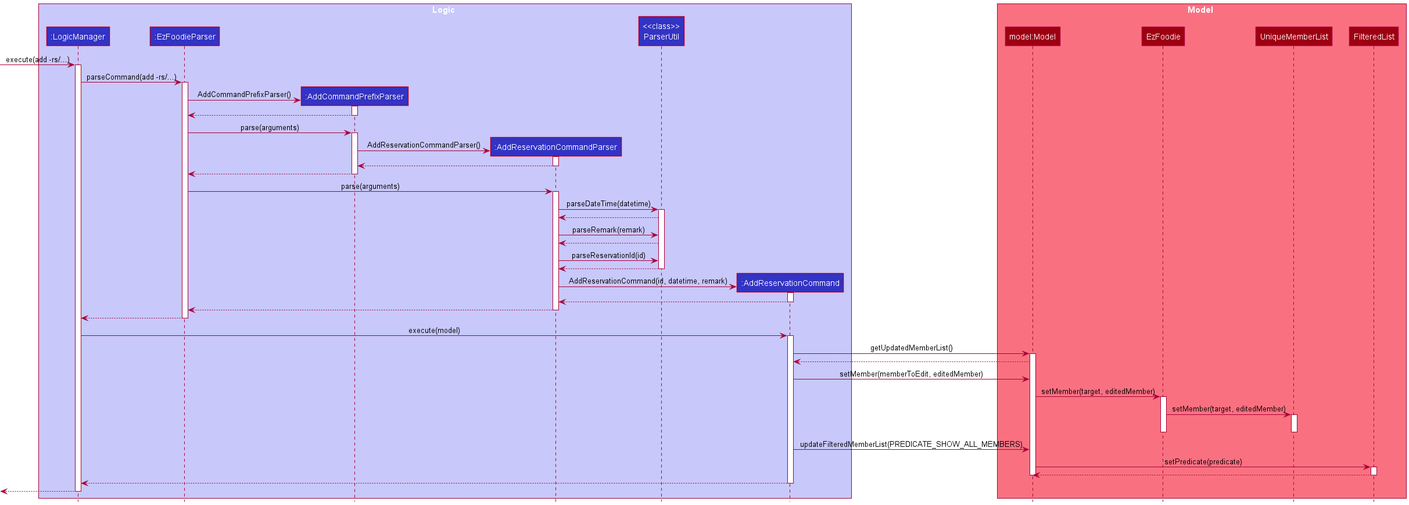
This is docs/images/AddReservationSequenceDiagram.png from zzybluebell/tp, a PlantUML export, as it was before one commit.
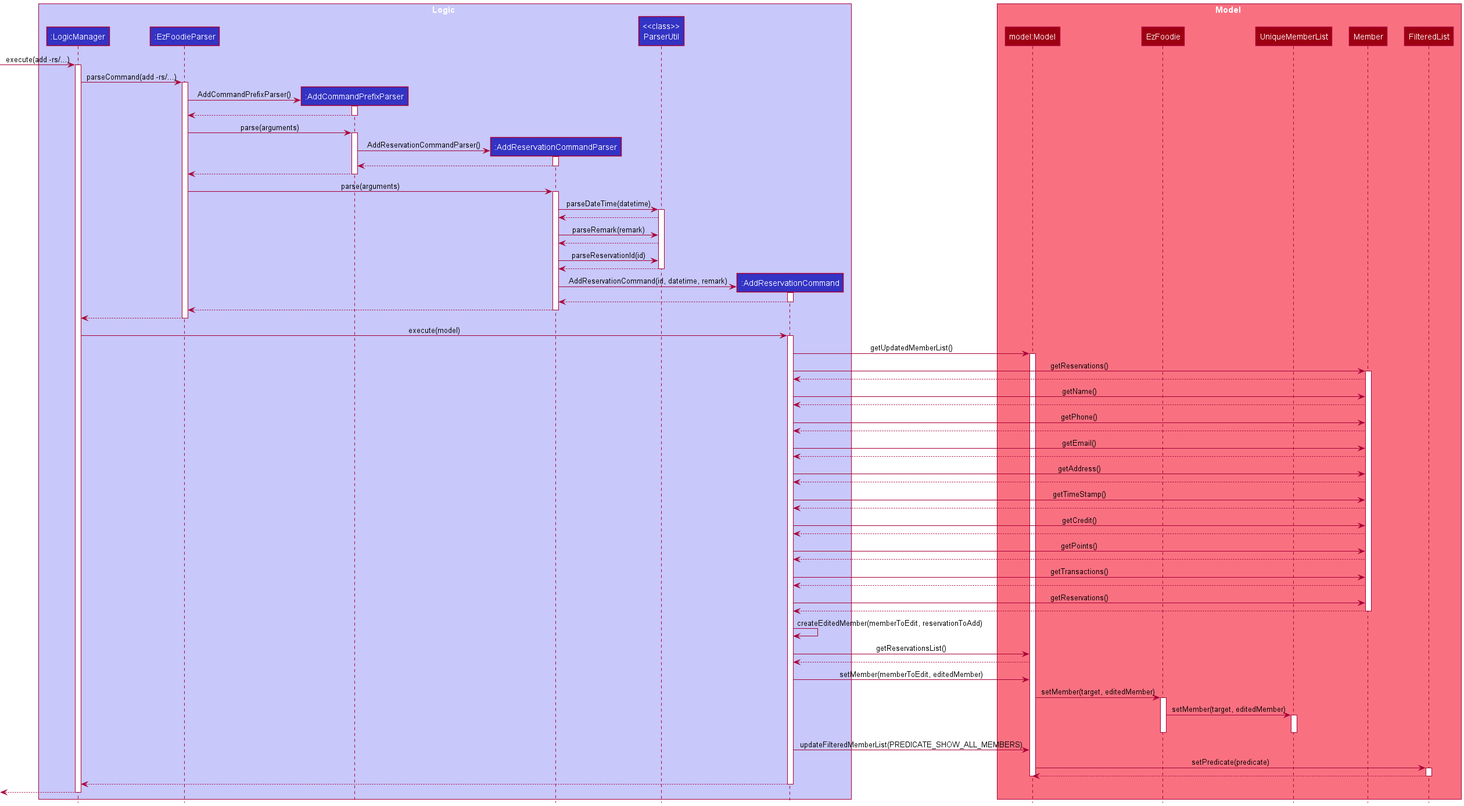
After the change.

Commit message:
Update UG and fix bugs in UML diagrams

Change to the diagram source:
```diff
@@ -14,6 +14,7 @@
 participant "model:Model" as Model MODEL_COLOR
 participant "EzFoodie" as EzFoodie MODEL_COLOR
 participant "UniqueMemberList" as UniqueMemberList MODEL_COLOR
+participant "Member" as Member MODEL_COLOR
 participant "FilteredList" as FilteredList MODEL_COLOR
 end box
 
@@ -79,6 +80,52 @@
 AddReservationCommand -> Model : getUpdatedMemberList()
 activate Model
 
+AddReservationCommand -> Member : getReservations()
+activate Member
+
+Member --> AddReservationCommand
+
+AddReservationCommand -> Member : getName()
+
+Member --> AddReservationCommand
+
+AddReservationCommand -> Member : getPhone()
+
+Member --> AddReservationCommand
+
+AddReservationCommand -> Member : getEmail()
+
+Member --> AddReservationCommand
+
+AddReservationCommand -> Member : getAddress()
+
+Member --> AddReservationCommand
+
+AddReservationCommand -> Member : getTimeStamp()
+
+Member --> AddReservationCommand
+
+AddReservationCommand -> Member : getCredit()
+
+Member --> AddReservationCommand
+
+AddReservationCommand -> Member : getPoints()
+
+Member --> AddReservationCommand
+
+AddReservationCommand -> Member : getTransactions()
+
+Member --> AddReservationCommand
+
+AddReservationCommand -> Member : getReservations()
+
+Member --> AddReservationCommand
+deactivate Member
+
+AddReservationCommand -> AddReservationCommand : createEditedMember(memberToEdit, reservationToAdd)
+
+AddReservationCommand -> Model : getReservationsList()
+
 Model --> AddReservationCommand
 
 AddReservationCommand -> Model : setMember(memberToEdit, editedMember)
```
